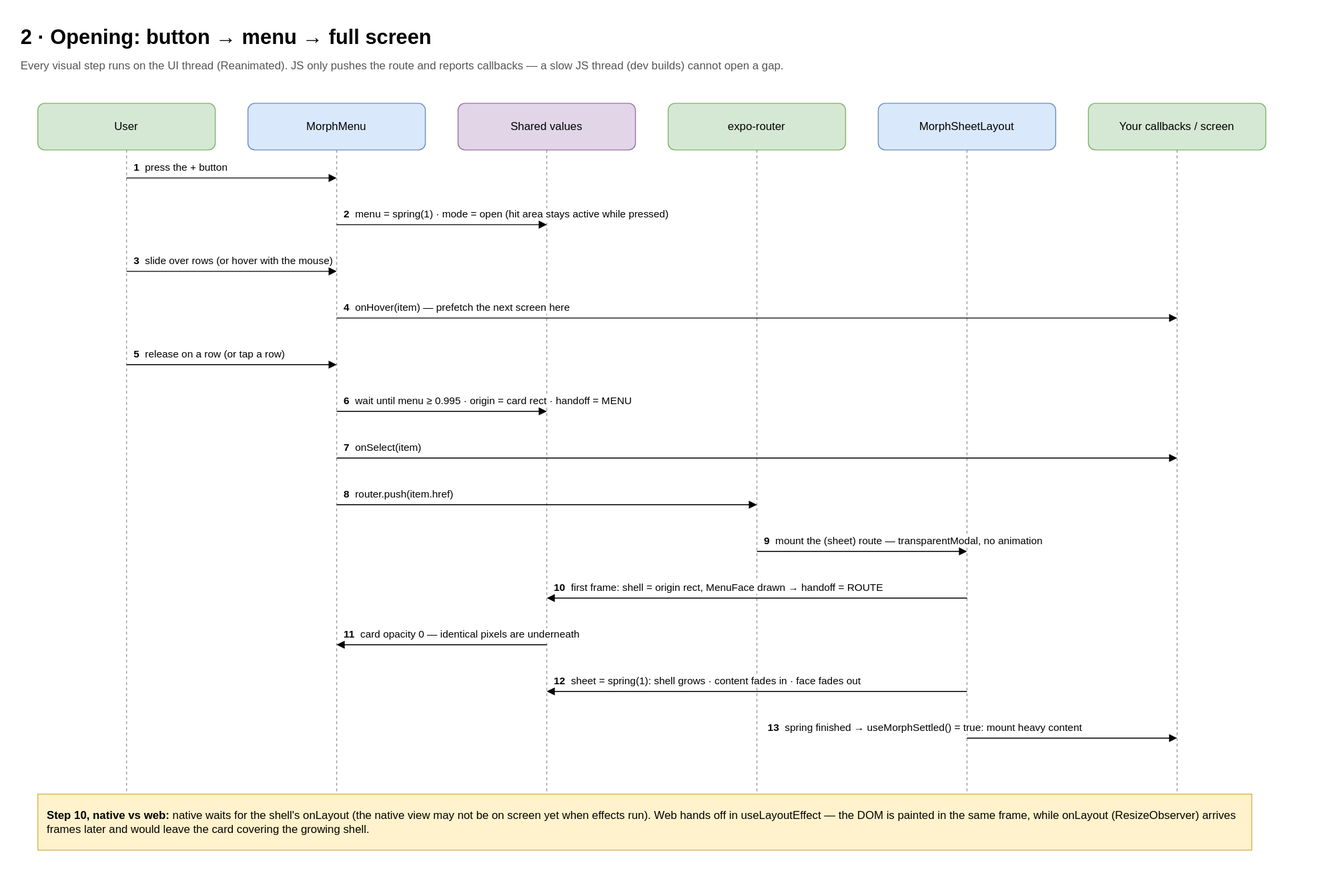
This is docs/diagrams/svg/en/2-opening.svg from anhtuank7c/expo-morph-menu, a draw.io export, as it was before one commit. Source tidied: cells renumbered, new cells last; positions are measured from the earlier drawing's top-left corner, leaving out a move shared by most shapes. The source it was exported from:
```xml
<mxGraphModel background="#ffffff">
  <root>
    <mxCell id="0" />
    <mxCell id="1" parent="0" />
    <mxCell id="2" value="2 · Opening: button → menu → full screen" style="text;html=1;fontSize=22;fontStyle=1;align=left;verticalAlign=top;" parent="1" vertex="1">
      <mxGeometry width="900" height="34" as="geometry" />
    </mxCell>
    <mxCell id="3" value="Every visual step runs on the UI thread (Reanimated). JS only pushes the route and reports callbacks — a slow JS thread (dev builds) cannot open a gap." style="text;html=1;fontSize=12;fontColor=#555555;align=left;verticalAlign=top;whiteSpace=wrap;" parent="1" vertex="1">
      <mxGeometry y="36" width="1250" height="40" as="geometry" />
    </mxCell>
    <mxCell id="4" value="User" style="rounded=1;whiteSpace=wrap;html=1;fillColor=#d5e8d4;strokeColor=#82b366;" parent="1" vertex="1">
      <mxGeometry x="20" y="90" width="190" height="50" as="geometry" />
    </mxCell>
    <mxCell id="5" style="endArrow=none;dashed=1;html=1;strokeColor=#999999;" parent="1" edge="1">
      <mxGeometry relative="1" as="geometry">
        <mxPoint x="115" y="140" as="sourcePoint" />
        <mxPoint x="115" y="860" as="targetPoint" />
      </mxGeometry>
    </mxCell>
    <mxCell id="6" value="MorphMenu" style="rounded=1;whiteSpace=wrap;html=1;fillColor=#dae8fc;strokeColor=#6c8ebf;" parent="1" vertex="1">
      <mxGeometry x="245" y="90" width="190" height="50" as="geometry" />
    </mxCell>
    <mxCell id="7" style="endArrow=none;dashed=1;html=1;strokeColor=#999999;" parent="1" edge="1">
      <mxGeometry relative="1" as="geometry">
        <mxPoint x="340" y="140" as="sourcePoint" />
        <mxPoint x="340" y="860" as="targetPoint" />
      </mxGeometry>
    </mxCell>
    <mxCell id="8" value="Shared values" style="rounded=1;whiteSpace=wrap;html=1;fillColor=#e1d5e7;strokeColor=#9673a6;" parent="1" vertex="1">
      <mxGeometry x="470" y="90" width="190" height="50" as="geometry" />
    </mxCell>
    <mxCell id="9" style="endArrow=none;dashed=1;html=1;strokeColor=#999999;" parent="1" edge="1">
      <mxGeometry relative="1" as="geometry">
        <mxPoint x="565" y="140" as="sourcePoint" />
        <mxPoint x="565" y="860" as="targetPoint" />
      </mxGeometry>
    </mxCell>
    <mxCell id="10" value="expo-router" style="rounded=1;whiteSpace=wrap;html=1;fillColor=#d5e8d4;strokeColor=#82b366;" parent="1" vertex="1">
      <mxGeometry x="695" y="90" width="190" height="50" as="geometry" />
    </mxCell>
    <mxCell id="11" style="endArrow=none;dashed=1;html=1;strokeColor=#999999;" parent="1" edge="1">
      <mxGeometry relative="1" as="geometry">
        <mxPoint x="790" y="140" as="sourcePoint" />
        <mxPoint x="790" y="860" as="targetPoint" />
      </mxGeometry>
    </mxCell>
    <mxCell id="12" value="MorphSheetLayout" style="rounded=1;whiteSpace=wrap;html=1;fillColor=#dae8fc;strokeColor=#6c8ebf;" parent="1" vertex="1">
      <mxGeometry x="920" y="90" width="190" height="50" as="geometry" />
    </mxCell>
    <mxCell id="13" style="endArrow=none;dashed=1;html=1;strokeColor=#999999;" parent="1" edge="1">
      <mxGeometry relative="1" as="geometry">
        <mxPoint x="1015" y="140" as="sourcePoint" />
        <mxPoint x="1015" y="860" as="targetPoint" />
      </mxGeometry>
    </mxCell>
    <mxCell id="14" value="Your callbacks / screen" style="rounded=1;whiteSpace=wrap;html=1;fillColor=#d5e8d4;strokeColor=#82b366;" parent="1" vertex="1">
      <mxGeometry x="1145" y="90" width="190" height="50" as="geometry" />
    </mxCell>
    <mxCell id="15" style="endArrow=none;dashed=1;html=1;strokeColor=#999999;" parent="1" edge="1">
      <mxGeometry relative="1" as="geometry">
        <mxPoint x="1240" y="140" as="sourcePoint" />
        <mxPoint x="1240" y="860" as="targetPoint" />
      </mxGeometry>
    </mxCell>
    <mxCell id="16" style="endArrow=block;endFill=1;html=1;" parent="1" edge="1">
      <mxGeometry relative="1" as="geometry">
        <mxPoint x="115" y="170" as="sourcePoint" />
        <mxPoint x="340" y="170" as="targetPoint" />
      </mxGeometry>
    </mxCell>
    <mxCell id="17" value="&lt;b&gt;1&lt;/b&gt;&amp;nbsp; press the + button" style="text;html=1;fontSize=11;align=left;verticalAlign=bottom;whiteSpace=wrap;labelBackgroundColor=#ffffff;" parent="1" vertex="1">
      <mxGeometry x="121" y="136" width="560" height="32" as="geometry" />
    </mxCell>
    <mxCell id="18" style="endArrow=block;endFill=1;html=1;" parent="1" edge="1">
      <mxGeometry relative="1" as="geometry">
        <mxPoint x="340" y="220" as="sourcePoint" />
        <mxPoint x="565" y="220" as="targetPoint" />
      </mxGeometry>
    </mxCell>
    <mxCell id="19" value="&lt;b&gt;2&lt;/b&gt;&amp;nbsp; menu = spring(1) · mode = open (hit area stays active while pressed)" style="text;html=1;fontSize=11;align=left;verticalAlign=bottom;whiteSpace=wrap;labelBackgroundColor=#ffffff;" parent="1" vertex="1">
      <mxGeometry x="346" y="186" width="560" height="32" as="geometry" />
    </mxCell>
    <mxCell id="20" style="endArrow=block;endFill=1;html=1;" parent="1" edge="1">
      <mxGeometry relative="1" as="geometry">
        <mxPoint x="115" y="270" as="sourcePoint" />
        <mxPoint x="340" y="270" as="targetPoint" />
      </mxGeometry>
    </mxCell>
    <mxCell id="21" value="&lt;b&gt;3&lt;/b&gt;&amp;nbsp; slide over rows (or hover with the mouse)" style="text;html=1;fontSize=11;align=left;verticalAlign=bottom;whiteSpace=wrap;labelBackgroundColor=#ffffff;" parent="1" vertex="1">
      <mxGeometry x="121" y="236" width="560" height="32" as="geometry" />
    </mxCell>
    <mxCell id="22" style="endArrow=block;endFill=1;html=1;" parent="1" edge="1">
      <mxGeometry relative="1" as="geometry">
        <mxPoint x="340" y="320" as="sourcePoint" />
        <mxPoint x="1240" y="320" as="targetPoint" />
      </mxGeometry>
    </mxCell>
    <mxCell id="23" value="&lt;b&gt;4&lt;/b&gt;&amp;nbsp; onHover(item) — prefetch the next screen here" style="text;html=1;fontSize=11;align=left;verticalAlign=bottom;whiteSpace=wrap;labelBackgroundColor=#ffffff;" parent="1" vertex="1">
      <mxGeometry x="346" y="286" width="888" height="32" as="geometry" />
    </mxCell>
    <mxCell id="24" style="endArrow=block;endFill=1;html=1;" parent="1" edge="1">
      <mxGeometry relative="1" as="geometry">
        <mxPoint x="115" y="370" as="sourcePoint" />
        <mxPoint x="340" y="370" as="targetPoint" />
      </mxGeometry>
    </mxCell>
    <mxCell id="25" value="&lt;b&gt;5&lt;/b&gt;&amp;nbsp; release on a row (or tap a row)" style="text;html=1;fontSize=11;align=left;verticalAlign=bottom;whiteSpace=wrap;labelBackgroundColor=#ffffff;" parent="1" vertex="1">
      <mxGeometry x="121" y="336" width="560" height="32" as="geometry" />
    </mxCell>
    <mxCell id="26" style="endArrow=block;endFill=1;html=1;" parent="1" edge="1">
      <mxGeometry relative="1" as="geometry">
        <mxPoint x="340" y="420" as="sourcePoint" />
        <mxPoint x="565" y="420" as="targetPoint" />
      </mxGeometry>
    </mxCell>
    <mxCell id="27" value="&lt;b&gt;6&lt;/b&gt;&amp;nbsp; wait until menu ≥ 0.995 · origin = card rect · handoff = MENU" style="text;html=1;fontSize=11;align=left;verticalAlign=bottom;whiteSpace=wrap;labelBackgroundColor=#ffffff;" parent="1" vertex="1">
      <mxGeometry x="346" y="386" width="560" height="32" as="geometry" />
    </mxCell>
    <mxCell id="28" style="endArrow=block;endFill=1;html=1;" parent="1" edge="1">
      <mxGeometry relative="1" as="geometry">
        <mxPoint x="340" y="470" as="sourcePoint" />
        <mxPoint x="1240" y="470" as="targetPoint" />
      </mxGeometry>
    </mxCell>
    <mxCell id="29" value="&lt;b&gt;7&lt;/b&gt;&amp;nbsp; onSelect(item)" style="text;html=1;fontSize=11;align=left;verticalAlign=bottom;whiteSpace=wrap;labelBackgroundColor=#ffffff;" parent="1" vertex="1">
      <mxGeometry x="346" y="436" width="888" height="32" as="geometry" />
    </mxCell>
    <mxCell id="30" style="endArrow=block;endFill=1;html=1;" parent="1" edge="1">
      <mxGeometry relative="1" as="geometry">
        <mxPoint x="340" y="520" as="sourcePoint" />
        <mxPoint x="790" y="520" as="targetPoint" />
      </mxGeometry>
    </mxCell>
    <mxCell id="31" value="&lt;b&gt;8&lt;/b&gt;&amp;nbsp; router.push(item.href)" style="text;html=1;fontSize=11;align=left;verticalAlign=bottom;whiteSpace=wrap;labelBackgroundColor=#ffffff;" parent="1" vertex="1">
      <mxGeometry x="346" y="486" width="560" height="32" as="geometry" />
    </mxCell>
    <mxCell id="32" style="endArrow=block;endFill=1;html=1;" parent="1" edge="1">
      <mxGeometry relative="1" as="geometry">
        <mxPoint x="790" y="570" as="sourcePoint" />
        <mxPoint x="1015" y="570" as="targetPoint" />
      </mxGeometry>
    </mxCell>
    <mxCell id="33" value="&lt;b&gt;9&lt;/b&gt;&amp;nbsp; mount the (sheet) route — transparentModal, no animation" style="text;html=1;fontSize=11;align=left;verticalAlign=bottom;whiteSpace=wrap;labelBackgroundColor=#ffffff;" parent="1" vertex="1">
      <mxGeometry x="796" y="536" width="560" height="32" as="geometry" />
    </mxCell>
    <mxCell id="34" style="endArrow=block;endFill=1;html=1;" parent="1" edge="1">
      <mxGeometry relative="1" as="geometry">
        <mxPoint x="1015" y="620" as="sourcePoint" />
        <mxPoint x="565" y="620" as="targetPoint" />
      </mxGeometry>
    </mxCell>
    <mxCell id="35" value="&lt;b&gt;10&lt;/b&gt;&amp;nbsp; first frame: shell = origin rect, MenuFace drawn → handoff = ROUTE" style="text;html=1;fontSize=11;align=left;verticalAlign=bottom;whiteSpace=wrap;labelBackgroundColor=#ffffff;" parent="1" vertex="1">
      <mxGeometry x="571" y="586" width="560" height="32" as="geometry" />
    </mxCell>
    <mxCell id="36" style="endArrow=block;endFill=1;html=1;" parent="1" edge="1">
      <mxGeometry relative="1" as="geometry">
        <mxPoint x="565" y="670" as="sourcePoint" />
        <mxPoint x="340" y="670" as="targetPoint" />
      </mxGeometry>
    </mxCell>
    <mxCell id="37" value="&lt;b&gt;11&lt;/b&gt;&amp;nbsp; card opacity 0 — identical pixels are underneath" style="text;html=1;fontSize=11;align=left;verticalAlign=bottom;whiteSpace=wrap;labelBackgroundColor=#ffffff;" parent="1" vertex="1">
      <mxGeometry x="346" y="636" width="560" height="32" as="geometry" />
    </mxCell>
    <mxCell id="38" style="endArrow=block;endFill=1;html=1;" parent="1" edge="1">
      <mxGeometry relative="1" as="geometry">
        <mxPoint x="1015" y="720" as="sourcePoint" />
        <mxPoint x="565" y="720" as="targetPoint" />
      </mxGeometry>
    </mxCell>
    <mxCell id="39" value="&lt;b&gt;12&lt;/b&gt;&amp;nbsp; sheet = spring(1): shell grows · content fades in · face fades out" style="text;html=1;fontSize=11;align=left;verticalAlign=bottom;whiteSpace=wrap;labelBackgroundColor=#ffffff;" parent="1" vertex="1">
      <mxGeometry x="571" y="686" width="560" height="32" as="geometry" />
    </mxCell>
    <mxCell id="40" style="endArrow=block;endFill=1;html=1;" parent="1" edge="1">
      <mxGeometry relative="1" as="geometry">
        <mxPoint x="1015" y="770" as="sourcePoint" />
        <mxPoint x="1240" y="770" as="targetPoint" />
      </mxGeometry>
    </mxCell>
    <mxCell id="41" value="&lt;b&gt;13&lt;/b&gt;&amp;nbsp; spring finished → useMorphSettled() = true: mount heavy content" style="text;html=1;fontSize=11;align=left;verticalAlign=bottom;whiteSpace=wrap;labelBackgroundColor=#ffffff;" parent="1" vertex="1">
      <mxGeometry x="800" y="736" width="560" height="32" as="geometry" />
    </mxCell>
    <mxCell id="42" value="&lt;b&gt;Step 10, native vs web:&lt;/b&gt; native waits for the shell's onLayout (the native view may not be on screen yet when effects run). Web hands off in useLayoutEffect — the DOM is painted in the same frame, while onLayout (ResizeObserver) arrives frames later and would leave the card covering the growing shell." style="rounded=0;whiteSpace=wrap;html=1;fillColor=#fff2cc;strokeColor=#d6b656;align=left;spacingLeft=8;spacingRight=8;" parent="1" vertex="1">
      <mxGeometry x="20" y="830" width="1300" height="60" as="geometry" />
    </mxCell>
  </root>
</mxGraphModel>
```
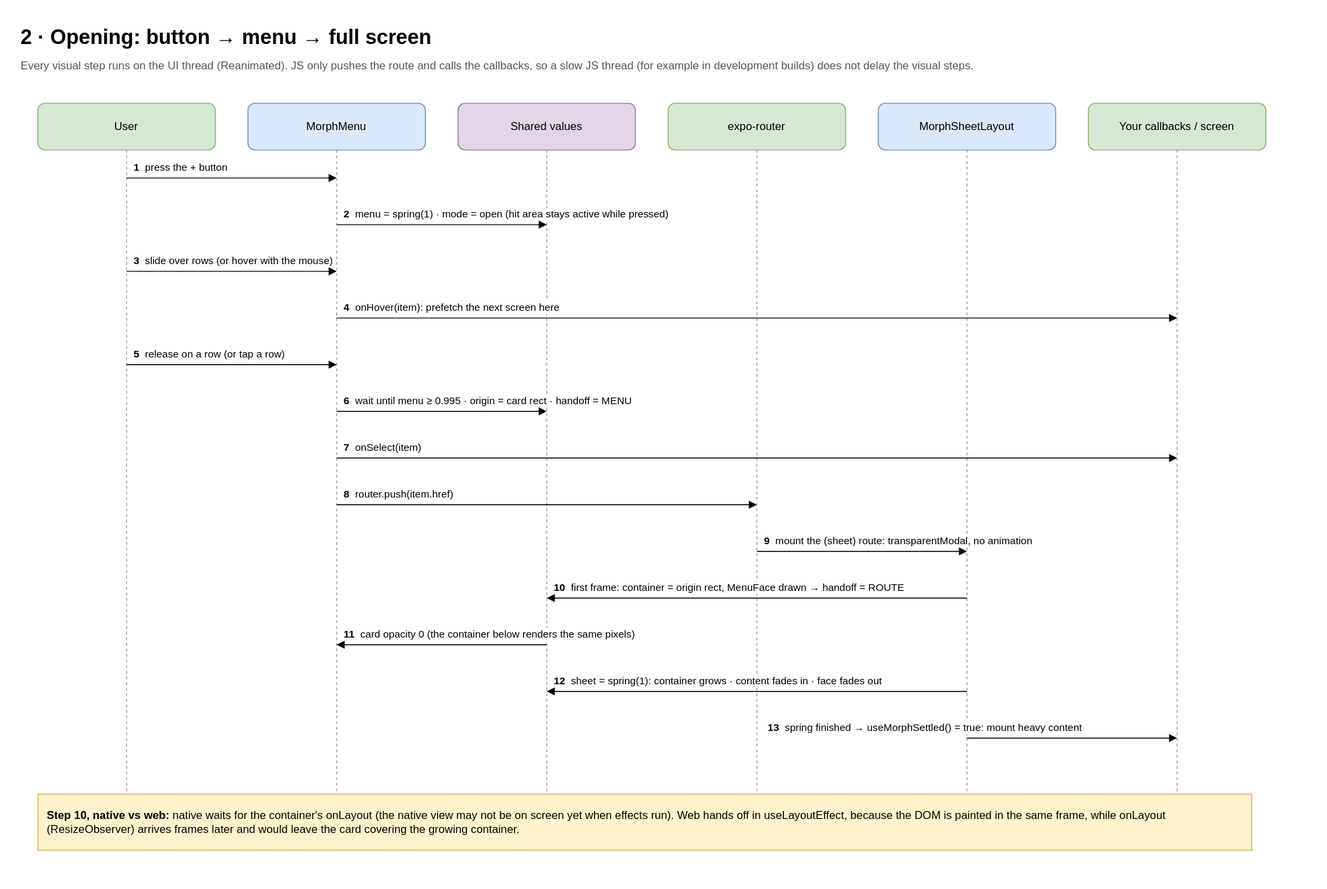
Above is the later version.

What changed in the source:
```diff
@@ -5,7 +5,7 @@
     <mxCell id="2" value="2 · Opening: button → menu → full screen" style="text;html=1;fontSize=22;fontStyle=1;align=left;verticalAlign=top;" parent="1" vertex="1">
       <mxGeometry width="900" height="34" as="geometry" />
     </mxCell>
-    <mxCell id="3" value="Every visual step runs on the UI thread (Reanimated). JS only pushes the route and reports callbacks — a slow JS thread (dev builds) cannot open a gap." style="text;html=1;fontSize=12;fontColor=#555555;align=left;verticalAlign=top;whiteSpace=wrap;" parent="1" vertex="1">
+    <mxCell id="3" value="Every visual step runs on the UI thread (Reanimated). JS only pushes the route and calls the callbacks, so a slow JS thread (for example in development builds) does not delay the visual steps." style="text;html=1;fontSize=12;fontColor=#555555;align=left;verticalAlign=top;whiteSpace=wrap;" parent="1" vertex="1">
       <mxGeometry y="36" width="1250" height="40" as="geometry" />
     </mxCell>
     <mxCell id="4" value="User" style="rounded=1;whiteSpace=wrap;html=1;fillColor=#d5e8d4;strokeColor=#82b366;" parent="1" vertex="1">
@@ -95,7 +95,7 @@
         <mxPoint x="1240" y="320" as="targetPoint" />
       </mxGeometry>
     </mxCell>
-    <mxCell id="23" value="&lt;b&gt;4&lt;/b&gt;&amp;nbsp; onHover(item) — prefetch the next screen here" style="text;html=1;fontSize=11;align=left;verticalAlign=bottom;whiteSpace=wrap;labelBackgroundColor=#ffffff;" parent="1" vertex="1">
+    <mxCell id="23" value="&lt;b&gt;4&lt;/b&gt;&amp;nbsp; onHover(item): prefetch the next screen here" style="text;html=1;fontSize=11;align=left;verticalAlign=bottom;whiteSpace=wrap;labelBackgroundColor=#ffffff;" parent="1" vertex="1">
       <mxGeometry x="346" y="286" width="888" height="32" as="geometry" />
     </mxCell>
     <mxCell id="24" style="endArrow=block;endFill=1;html=1;" parent="1" edge="1">
@@ -140,7 +140,7 @@
         <mxPoint x="1015" y="570" as="targetPoint" />
       </mxGeometry>
     </mxCell>
-    <mxCell id="33" value="&lt;b&gt;9&lt;/b&gt;&amp;nbsp; mount the (sheet) route — transparentModal, no animation" style="text;html=1;fontSize=11;align=left;verticalAlign=bottom;whiteSpace=wrap;labelBackgroundColor=#ffffff;" parent="1" vertex="1">
+    <mxCell id="33" value="&lt;b&gt;9&lt;/b&gt;&amp;nbsp; mount the (sheet) route: transparentModal, no animation" style="text;html=1;fontSize=11;align=left;verticalAlign=bottom;whiteSpace=wrap;labelBackgroundColor=#ffffff;" parent="1" vertex="1">
       <mxGeometry x="796" y="536" width="560" height="32" as="geometry" />
     </mxCell>
     <mxCell id="34" style="endArrow=block;endFill=1;html=1;" parent="1" edge="1">
@@ -149,7 +149,7 @@
         <mxPoint x="565" y="620" as="targetPoint" />
       </mxGeometry>
     </mxCell>
-    <mxCell id="35" value="&lt;b&gt;10&lt;/b&gt;&amp;nbsp; first frame: shell = origin rect, MenuFace drawn → handoff = ROUTE" style="text;html=1;fontSize=11;align=left;verticalAlign=bottom;whiteSpace=wrap;labelBackgroundColor=#ffffff;" parent="1" vertex="1">
+    <mxCell id="35" value="&lt;b&gt;10&lt;/b&gt;&amp;nbsp; first frame: container = origin rect, MenuFace drawn → handoff = ROUTE" style="text;html=1;fontSize=11;align=left;verticalAlign=bottom;whiteSpace=wrap;labelBackgroundColor=#ffffff;" parent="1" vertex="1">
       <mxGeometry x="571" y="586" width="560" height="32" as="geometry" />
     </mxCell>
     <mxCell id="36" style="endArrow=block;endFill=1;html=1;" parent="1" edge="1">
@@ -158,7 +158,7 @@
         <mxPoint x="340" y="670" as="targetPoint" />
       </mxGeometry>
     </mxCell>
-    <mxCell id="37" value="&lt;b&gt;11&lt;/b&gt;&amp;nbsp; card opacity 0 — identical pixels are underneath" style="text;html=1;fontSize=11;align=left;verticalAlign=bottom;whiteSpace=wrap;labelBackgroundColor=#ffffff;" parent="1" vertex="1">
+    <mxCell id="37" value="&lt;b&gt;11&lt;/b&gt;&amp;nbsp; card opacity 0 (the container below renders the same pixels)" style="text;html=1;fontSize=11;align=left;verticalAlign=bottom;whiteSpace=wrap;labelBackgroundColor=#ffffff;" parent="1" vertex="1">
       <mxGeometry x="346" y="636" width="560" height="32" as="geometry" />
     </mxCell>
     <mxCell id="38" style="endArrow=block;endFill=1;html=1;" parent="1" edge="1">
@@ -167,7 +167,7 @@
         <mxPoint x="565" y="720" as="targetPoint" />
       </mxGeometry>
     </mxCell>
-    <mxCell id="39" value="&lt;b&gt;12&lt;/b&gt;&amp;nbsp; sheet = spring(1): shell grows · content fades in · face fades out" style="text;html=1;fontSize=11;align=left;verticalAlign=bottom;whiteSpace=wrap;labelBackgroundColor=#ffffff;" parent="1" vertex="1">
+    <mxCell id="39" value="&lt;b&gt;12&lt;/b&gt;&amp;nbsp; sheet = spring(1): container grows · content fades in · face fades out" style="text;html=1;fontSize=11;align=left;verticalAlign=bottom;whiteSpace=wrap;labelBackgroundColor=#ffffff;" parent="1" vertex="1">
       <mxGeometry x="571" y="686" width="560" height="32" as="geometry" />
     </mxCell>
     <mxCell id="40" style="endArrow=block;endFill=1;html=1;" parent="1" edge="1">
@@ -179,7 +179,7 @@
     <mxCell id="41" value="&lt;b&gt;13&lt;/b&gt;&amp;nbsp; spring finished → useMorphSettled() = true: mount heavy content" style="text;html=1;fontSize=11;align=left;verticalAlign=bottom;whiteSpace=wrap;labelBackgroundColor=#ffffff;" parent="1" vertex="1">
       <mxGeometry x="800" y="736" width="560" height="32" as="geometry" />
     </mxCell>
-    <mxCell id="42" value="&lt;b&gt;Step 10, native vs web:&lt;/b&gt; native waits for the shell's onLayout (the native view may not be on screen yet when effects run). Web hands off in useLayoutEffect — the DOM is painted in the same frame, while onLayout (ResizeObserver) arrives frames later and would leave the card covering the growing shell." style="rounded=0;whiteSpace=wrap;html=1;fillColor=#fff2cc;strokeColor=#d6b656;align=left;spacingLeft=8;spacingRight=8;" parent="1" vertex="1">
+    <mxCell id="42" value="&lt;b&gt;Step 10, native vs web:&lt;/b&gt; native waits for the container's onLayout (the native view may not be on screen yet when effects run). Web hands off in useLayoutEffect, because the DOM is painted in the same frame, while onLayout (ResizeObserver) arrives frames later and would leave the card covering the growing container." style="rounded=0;whiteSpace=wrap;html=1;fillColor=#fff2cc;strokeColor=#d6b656;align=left;spacingLeft=8;spacingRight=8;" parent="1" vertex="1">
       <mxGeometry x="20" y="830" width="1300" height="60" as="geometry" />
     </mxCell>
   </root>
```
